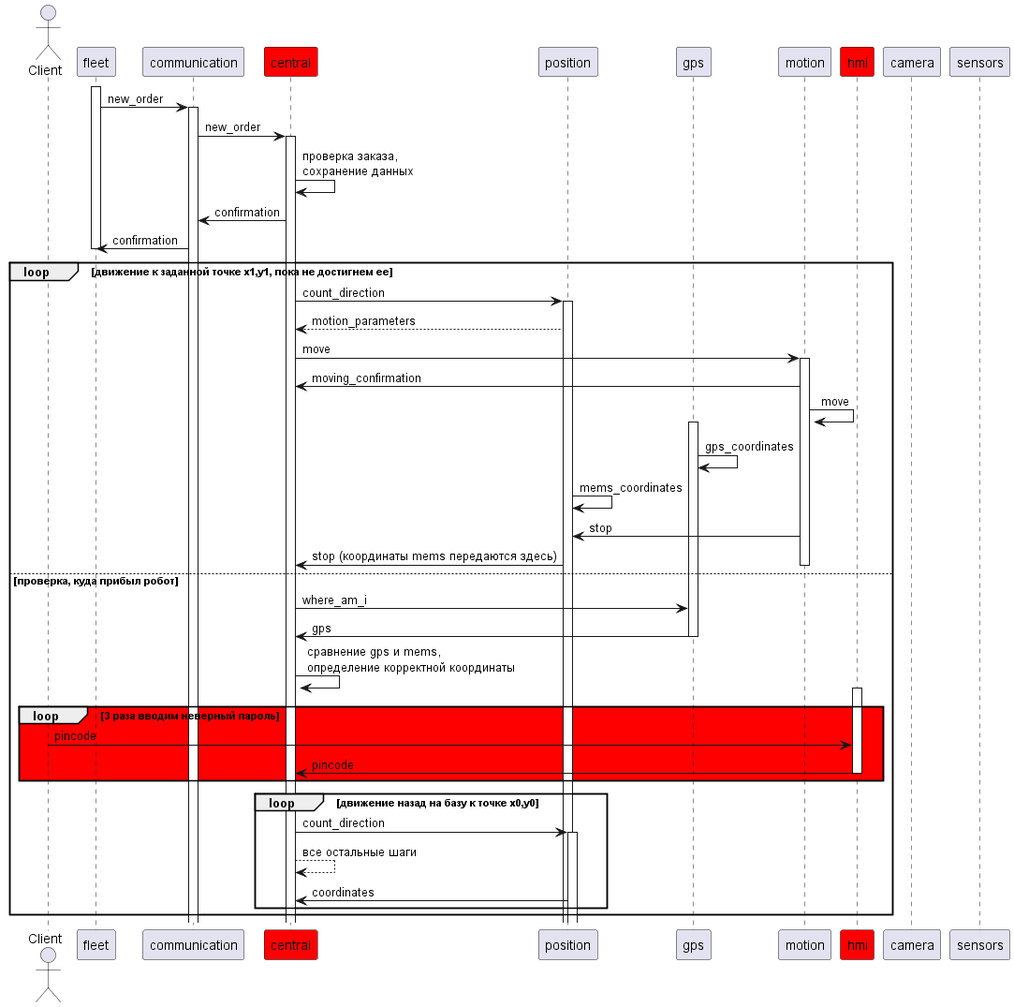
Before: pics/sd_10.png, a diagram exported from PlantUML (Fishonground/Delivery).
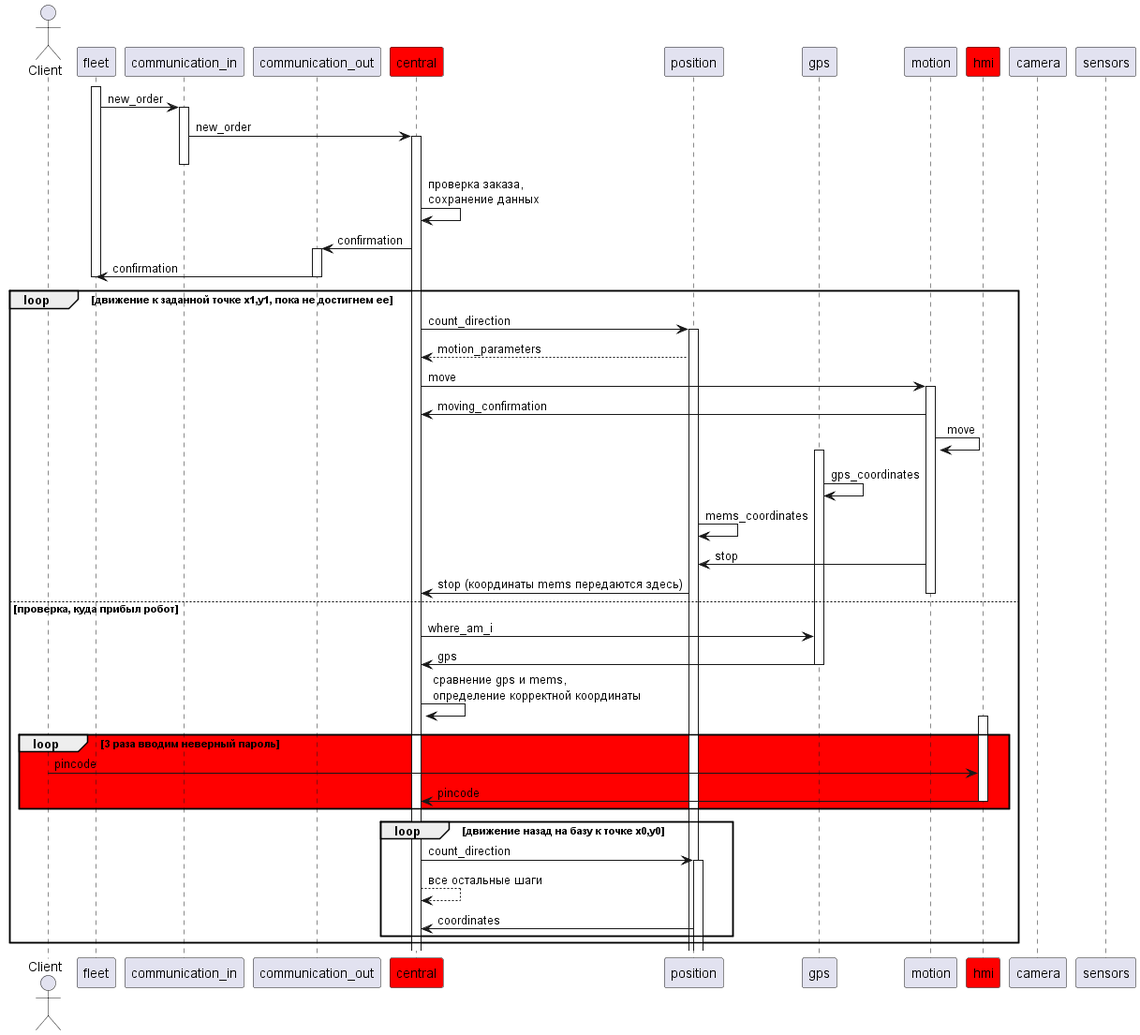
After the commit.

The edit, as a diff of the source:
```diff
@@ -1,7 +1,8 @@
 @startuml
 actor "Client" as c
 participant fleet
-participant communication
+participant communication_in
+participant communication_out
 participant central #red
 participant position
 participant gps
@@ -12,11 +13,13 @@
 
 
 fleet++
-fleet -> communication++: new_order
-communication -> central++: new_order
+fleet -> communication_in++: new_order
+communication_in -> central++: new_order
+communication_in--
 central -> central: проверка заказа,\nсохранение данных
-central -> communication: confirmation
-communication -> fleet: confirmation
+central -> communication_out++: confirmation
+communication_out -> fleet: confirmation
+communication_out--
 fleet --
 loop движение к заданной точке x1,y1, пока не достигнем ее
 central -> position++: count_direction
```
